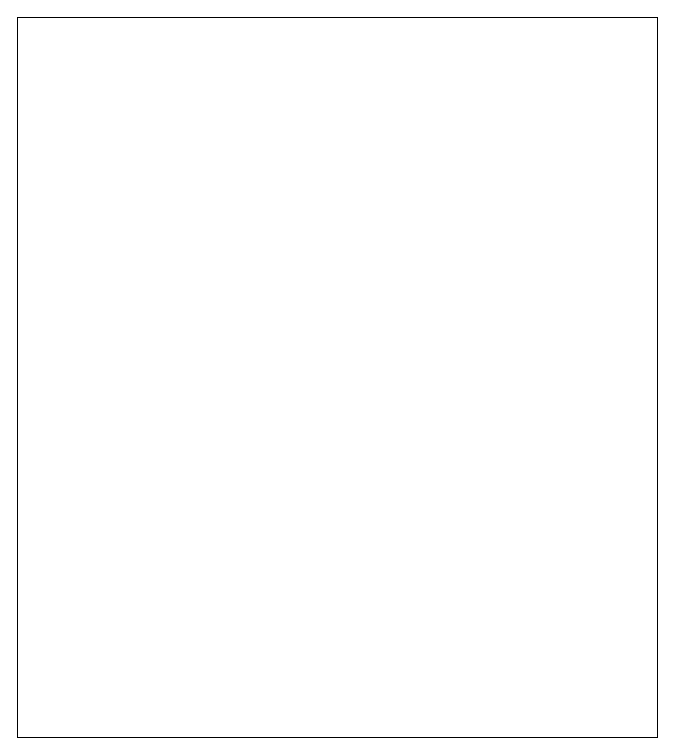
Earlier version of the draw.io diagram Expenses.drawio (nikolovk/drowio). Source tidied: cells renumbered, new cells numbered last; positions are measured from the earlier drawing's top-left corner, leaving out a move shared by most shapes. Both pictures are drawn from the tidied source at 100%, with x=0, y=0 at pixel (17, 17).
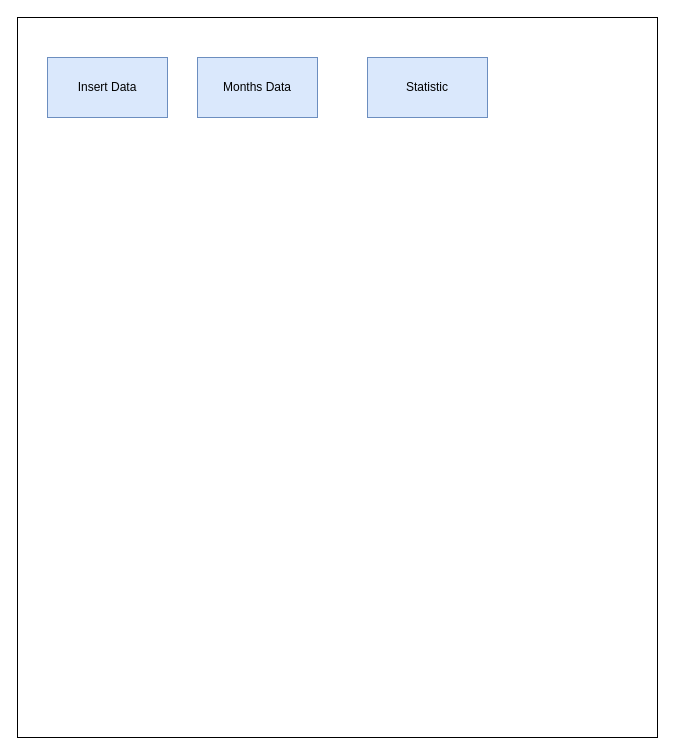
The same page after the edit.

Change to the diagram source:
```diff
@@
 <mxGraphModel>
   <root>
     <mxCell id="0" />
     <mxCell id="1" parent="0" />
     <mxCell id="2" style="rounded=0;whiteSpace=wrap;html=1;" parent="1" vertex="1">
       <mxGeometry width="640" height="720" as="geometry" />
     </mxCell>
+    <mxCell id="3" value="Insert Data" style="rounded=0;whiteSpace=wrap;html=1;fillColor=#dae8fc;strokeColor=#6c8ebf;" parent="1" vertex="1">
+      <mxGeometry x="30" y="40" width="120" height="60" as="geometry" />
+    </mxCell>
+    <mxCell id="4" value="Months Data" style="rounded=0;whiteSpace=wrap;html=1;fillColor=#dae8fc;strokeColor=#6c8ebf;" parent="1" vertex="1">
+      <mxGeometry x="180" y="40" width="120" height="60" as="geometry" />
+    </mxCell>
+    <mxCell id="5" value="Statistic" style="rounded=0;whiteSpace=wrap;html=1;fillColor=#dae8fc;strokeColor=#6c8ebf;" parent="1" vertex="1">
+      <mxGeometry x="350" y="40" width="120" height="60" as="geometry" />
+    </mxCell>
   </root>
 </mxGraphModel>
```
